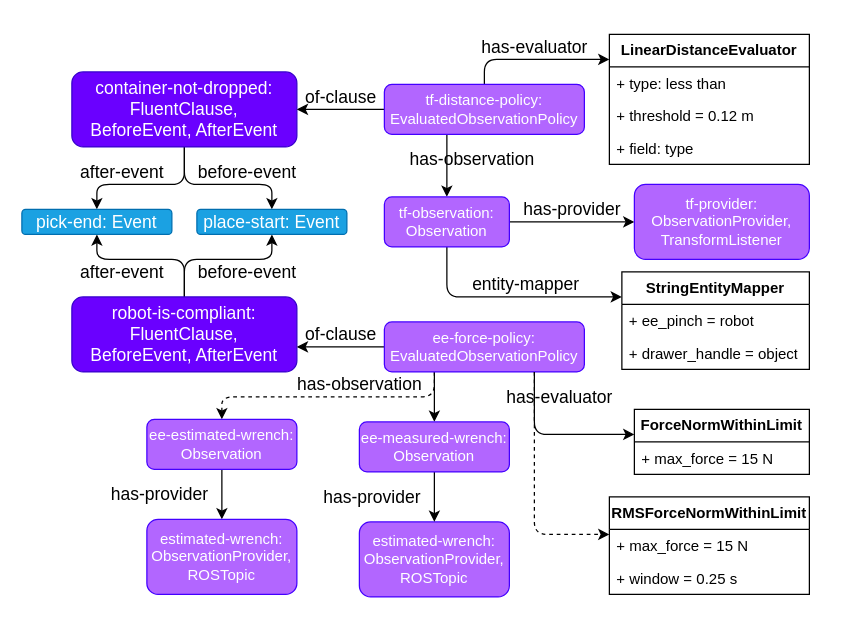
This is page "observations" (6 of 6) of bdd-example-pickplace.drawio from minhnh/drawio-diagrams, a draw.io file, before an edit. Source tidied: cells renumbered, new cells numbered last; positions are measured from the earlier drawing's top-left corner, leaving out a move shared by most shapes. Both pictures are drawn from the tidied source at 125%, with x=0, y=0 at pixel (21, 34).
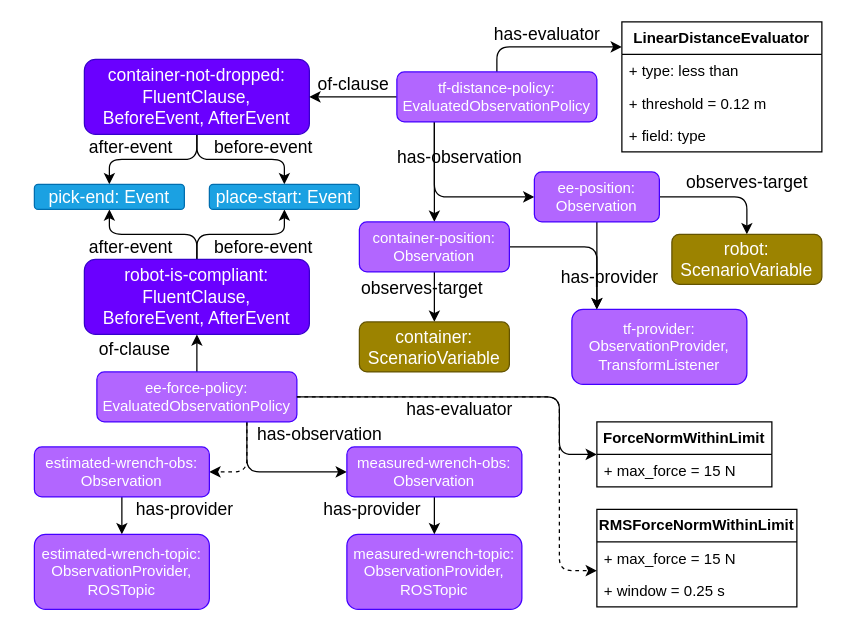
After the change.

Commit message:
fix wrong obs example

The edit, as a diff of the source:
```diff
@@
-    <mxCell id="2" value="estimated-wrench: ObservationProvider,&lt;br&gt;ROSTopic" style="rounded=1;whiteSpace=wrap;html=1;fillColor=#B266FF;strokeColor=light-dark(#4400FF,#D8AEE7);fontSize=12;fontColor=#ffffff;" parent="1" vertex="1">
-      <mxGeometry x="270" y="390" width="120" height="60" as="geometry" />
-    </mxCell>
+    <mxCell id="42" value="measured-wrench-topic: ObservationProvider,&lt;br&gt;ROSTopic" style="rounded=1;whiteSpace=wrap;html=1;fillColor=#B266FF;strokeColor=light-dark(#4400FF,#D8AEE7);fontSize=12;fontColor=#ffffff;" parent="1" vertex="1">
+      <mxGeometry x="260" y="400" width="140" height="60" as="geometry" />
+    </mxCell>
     <mxCell id="3" value="after-event" style="edgeStyle=orthogonalEdgeStyle;shape=connector;rounded=1;jettySize=auto;html=1;strokeColor=default;align=center;verticalAlign=middle;fontFamily=Helvetica;fontSize=14;fontColor=default;labelBackgroundColor=none;endArrow=classic;" parent="1" edge="1" source="5" target="9">
       <mxGeometry x="0.33" y="-10" relative="1" as="geometry">
         <Array as="points">
-          <mxPoint x="130" y="120" />
-          <mxPoint x="60" y="120" />
+          <mxPoint x="140" y="100" />
+          <mxPoint x="70" y="100" />
         </Array>
       </mxGeometry>
     </mxCell>
     <mxCell id="4" value="before-event" style="edgeStyle=orthogonalEdgeStyle;shape=connector;rounded=1;jettySize=auto;html=1;strokeColor=default;align=center;verticalAlign=middle;fontFamily=Helvetica;fontSize=14;fontColor=default;labelBackgroundColor=none;endArrow=classic;" parent="1" edge="1" source="5" target="10">
       <mxGeometry x="0.33" y="10" relative="1" as="geometry">
         <Array as="points">
-          <mxPoint x="130" y="120" />
-          <mxPoint x="200" y="120" />
+          <mxPoint x="140" y="100" />
+          <mxPoint x="210" y="100" />
         </Array>
       </mxGeometry>
     </mxCell>
     <mxCell id="5" value="container-not-dropped&lt;span style=&quot;background-color: transparent; color: light-dark(rgb(255, 255, 255), rgb(18, 18, 18));&quot;&gt;: FluentClause,&lt;/span&gt;&lt;div&gt;BeforeEvent, AfterEvent&lt;/div&gt;" style="rounded=1;whiteSpace=wrap;html=1;fillColor=#6a00ff;strokeColor=#3700CC;fontSize=14;labelBackgroundColor=none;fontColor=#ffffff;" parent="1" vertex="1">
-      <mxGeometry x="40" y="30" width="180" height="60" as="geometry" />
+      <mxGeometry x="50" y="20" width="180" height="60" as="geometry" />
     </mxCell>
     <mxCell id="6" value="after-event" style="edgeStyle=orthogonalEdgeStyle;shape=connector;rounded=1;jettySize=auto;html=1;strokeColor=default;align=center;verticalAlign=middle;fontFamily=Helvetica;fontSize=14;fontColor=default;labelBackgroundColor=none;endArrow=classic;" parent="1" edge="1" source="8" target="9">
       <mxGeometry x="0.33" y="10" relative="1" as="geometry">
         <Array as="points">
-          <mxPoint x="130" y="180" />
-          <mxPoint x="60" y="180" />
+          <mxPoint x="140" y="160" />
+          <mxPoint x="70" y="160" />
         </Array>
       </mxGeometry>
     </mxCell>
     <mxCell id="7" value="before-event" style="edgeStyle=orthogonalEdgeStyle;shape=connector;rounded=1;jettySize=auto;html=1;strokeColor=default;align=center;verticalAlign=middle;fontFamily=Helvetica;fontSize=14;fontColor=default;labelBackgroundColor=none;endArrow=classic;" parent="1" edge="1" source="8" target="10">
       <mxGeometry x="0.33" y="-10" relative="1" as="geometry">
         <Array as="points">
-          <mxPoint x="130" y="180" />
-          <mxPoint x="200" y="180" />
+          <mxPoint x="140" y="160" />
+          <mxPoint x="210" y="160" />
         </Array>
       </mxGeometry>
     </mxCell>
     <mxCell id="8" value="robot-is-compliant&lt;span style=&quot;background-color: transparent; color: light-dark(rgb(255, 255, 255), rgb(18, 18, 18));&quot;&gt;: FluentClause,&lt;/span&gt;&lt;div&gt;BeforeEvent, AfterEvent&lt;/div&gt;" style="rounded=1;whiteSpace=wrap;html=1;fillColor=#6a00ff;strokeColor=#3700CC;fontSize=14;labelBackgroundColor=none;fontColor=#ffffff;" parent="1" vertex="1">
-      <mxGeometry x="40" y="210" width="180" height="60" as="geometry" />
+      <mxGeometry x="50" y="180" width="180" height="60" as="geometry" />
     </mxCell>
     <mxCell id="9" value="pick-end: Event" style="rounded=1;whiteSpace=wrap;html=1;fillColor=#1ba1e2;strokeColor=#006EAF;fontSize=14;labelBackgroundColor=none;fontColor=#ffffff;" parent="1" vertex="1">
-      <mxGeometry y="140" width="120" height="20" as="geometry" />
+      <mxGeometry x="10" y="120" width="120" height="20" as="geometry" />
     </mxCell>
     <mxCell id="10" value="place-start: Event" style="rounded=1;whiteSpace=wrap;html=1;fillColor=#1ba1e2;strokeColor=#006EAF;fontSize=14;labelBackgroundColor=none;fontColor=#ffffff;" parent="1" vertex="1">
-      <mxGeometry x="140" y="140" width="120" height="20" as="geometry" />
+      <mxGeometry x="150" y="120" width="120" height="20" as="geometry" />
     </mxCell>
     <mxCell id="11" value="of-clause" style="edgeStyle=orthogonalEdgeStyle;shape=connector;rounded=1;jettySize=auto;html=1;strokeColor=default;align=center;verticalAlign=middle;fontFamily=Helvetica;fontSize=14;fontColor=default;labelBackgroundColor=none;endArrow=classic;" parent="1" edge="1" source="14" target="8">
-      <mxGeometry y="-10" relative="1" as="geometry">
+      <mxGeometry x="0.2" y="50" relative="1" as="geometry">
         <Array as="points">
-          <mxPoint x="250" y="250" />
-          <mxPoint x="250" y="250" />
+          <mxPoint x="140" y="260" />
+          <mxPoint x="140" y="260" />
         </Array>
       </mxGeometry>
     </mxCell>
-    <mxCell id="12" value="has-observation" style="edgeStyle=orthogonalEdgeStyle;shape=connector;rounded=1;jettySize=auto;html=1;strokeColor=default;align=center;verticalAlign=middle;fontFamily=Helvetica;fontSize=14;fontColor=default;labelBackgroundColor=none;endArrow=classic;" parent="1" edge="1" source="14" target="24">
-      <mxGeometry x="-0.5" y="-60" relative="1" as="geometry">
-        <Array as="points">
-          <mxPoint x="330" y="280" />
-          <mxPoint x="330" y="280" />
-        </Array>
-      </mxGeometry>
-    </mxCell>
-    <mxCell id="13" style="edgeStyle=orthogonalEdgeStyle;shape=connector;rounded=1;jettySize=auto;html=1;strokeColor=default;align=center;verticalAlign=middle;fontFamily=Helvetica;fontSize=14;fontColor=default;labelBackgroundColor=none;endArrow=classic;dashed=1;" parent="1" edge="1" source="14" target="26">
-      <mxGeometry relative="1" as="geometry">
-        <Array as="points">
-          <mxPoint x="330" y="290" />
-          <mxPoint x="160" y="290" />
-        </Array>
-      </mxGeometry>
-    </mxCell>
+    <mxCell id="43" value="has-observation" style="edgeStyle=orthogonalEdgeStyle;shape=connector;rounded=1;jettySize=auto;html=1;strokeColor=default;align=center;verticalAlign=middle;fontFamily=Helvetica;fontSize=14;fontColor=default;labelBackgroundColor=none;endArrow=classic;" parent="1" edge="1" source="14" target="50">
+      <mxGeometry x="0.64" y="30" relative="1" as="geometry">
+        <Array as="points">
+          <mxPoint x="180" y="350" />
+        </Array>
+      </mxGeometry>
+    </mxCell>
+    <mxCell id="44" style="edgeStyle=orthogonalEdgeStyle;shape=connector;rounded=1;jettySize=auto;html=1;strokeColor=default;align=center;verticalAlign=middle;fontFamily=Helvetica;fontSize=14;fontColor=default;labelBackgroundColor=none;endArrow=classic;dashed=1;" parent="1" edge="1" source="14" target="52">
+      <mxGeometry relative="1" as="geometry">
+        <Array as="points">
+          <mxPoint x="180" y="350" />
+        </Array>
+      </mxGeometry>
+    </mxCell>
     <mxCell id="14" value="ee-force-policy: EvaluatedObservationPolicy" style="rounded=1;whiteSpace=wrap;html=1;fillColor=#B266FF;strokeColor=light-dark(#4400FF,#D8AEE7);fontSize=12;fontColor=#ffffff;" parent="1" vertex="1">
-      <mxGeometry x="290" y="230" width="160" height="40" as="geometry" />
+      <mxGeometry x="60" y="270" width="160" height="40" as="geometry" />
     </mxCell>
@@
-    <mxCell id="16" value="has-provider" style="edgeStyle=orthogonalEdgeStyle;shape=connector;rounded=1;jettySize=auto;html=1;strokeColor=default;align=center;verticalAlign=middle;fontFamily=Helvetica;fontSize=14;fontColor=default;labelBackgroundColor=none;endArrow=classic;" parent="1" edge="1" source="41" target="37">
-      <mxGeometry y="10" relative="1" as="geometry" />
-    </mxCell>
+    <mxCell id="45" value="has-provider" style="edgeStyle=orthogonalEdgeStyle;shape=connector;rounded=1;jettySize=auto;html=1;strokeColor=default;align=center;verticalAlign=middle;fontFamily=Helvetica;fontSize=14;fontColor=default;labelBackgroundColor=none;endArrow=classic;" parent="1" edge="1" source="54" target="37">
+      <mxGeometry x="0.25" y="10" relative="1" as="geometry">
+        <Array as="points">
+          <mxPoint x="460" y="180" />
+          <mxPoint x="460" y="180" />
+        </Array>
+      </mxGeometry>
+    </mxCell>
     <mxCell id="17" value="has-evaluator" style="edgeStyle=orthogonalEdgeStyle;shape=connector;rounded=1;jettySize=auto;html=1;strokeColor=default;align=center;verticalAlign=middle;fontFamily=Helvetica;fontSize=14;fontColor=default;labelBackgroundColor=none;endArrow=classic;" parent="1" edge="1" source="20" target="33">
       <mxGeometry y="10" relative="1" as="geometry">
         <Array as="points">
-          <mxPoint x="370" y="20" />
+          <mxPoint x="380" y="10" />
         </Array>
       </mxGeometry>
     </mxCell>
-    <mxCell id="18" value="entity-mapper" style="edgeStyle=orthogonalEdgeStyle;shape=connector;rounded=1;jettySize=auto;html=1;strokeColor=default;align=center;verticalAlign=middle;fontFamily=Helvetica;fontSize=14;fontColor=default;labelBackgroundColor=none;endArrow=classic;" parent="1" edge="1" source="41" target="38">
-      <mxGeometry x="0.14" y="10" relative="1" as="geometry">
-        <Array as="points">
-          <mxPoint x="340" y="210" />
-        </Array>
-      </mxGeometry>
-    </mxCell>
-    <mxCell id="19" value="has-observation" style="edgeStyle=orthogonalEdgeStyle;shape=connector;rounded=1;jettySize=auto;html=1;strokeColor=default;align=center;verticalAlign=middle;fontFamily=Helvetica;fontSize=14;fontColor=default;labelBackgroundColor=none;endArrow=classic;" parent="1" edge="1" source="20" target="41">
-      <mxGeometry x="-0.2" y="20" relative="1" as="geometry">
-        <Array as="points">
-          <mxPoint x="340" y="100" />
-          <mxPoint x="340" y="100" />
-        </Array>
-      </mxGeometry>
-    </mxCell>
+    <mxCell id="46" value="observes-target" style="edgeStyle=orthogonalEdgeStyle;shape=connector;rounded=1;jettySize=auto;html=1;strokeColor=default;align=center;verticalAlign=middle;fontFamily=Helvetica;fontSize=14;fontColor=default;labelBackgroundColor=none;endArrow=classic;" parent="1" edge="1" source="54" target="55">
+      <mxGeometry x="0.56" y="-20" relative="1" as="geometry">
+        <Array as="points">
+          <mxPoint x="580" y="130" />
+        </Array>
+        <mxPoint x="20" y="-20" as="offset" />
+      </mxGeometry>
+    </mxCell>
+    <mxCell id="47" value="has-observation" style="edgeStyle=orthogonalEdgeStyle;shape=connector;rounded=1;jettySize=auto;html=1;strokeColor=default;align=center;verticalAlign=middle;fontFamily=Helvetica;fontSize=14;fontColor=default;labelBackgroundColor=none;endArrow=classic;" parent="1" edge="1" source="20" target="54">
+      <mxGeometry x="-0.6" y="20" relative="1" as="geometry">
+        <Array as="points">
+          <mxPoint x="330" y="130" />
+        </Array>
+      </mxGeometry>
+    </mxCell>
+    <mxCell id="48" style="edgeStyle=orthogonalEdgeStyle;shape=connector;rounded=1;jettySize=auto;html=1;strokeColor=default;align=center;verticalAlign=middle;fontFamily=Helvetica;fontSize=14;fontColor=default;labelBackgroundColor=none;endArrow=classic;" parent="1" edge="1" source="20" target="58">
+      <mxGeometry relative="1" as="geometry">
+        <Array as="points">
+          <mxPoint x="330" y="110" />
+          <mxPoint x="330" y="110" />
+        </Array>
+      </mxGeometry>
+    </mxCell>
     <mxCell id="20" value="tf-distance-policy: EvaluatedObservationPolicy" style="rounded=1;whiteSpace=wrap;html=1;fillColor=#B266FF;strokeColor=light-dark(#4400FF,#D8AEE7);fontSize=12;fontColor=#ffffff;" parent="1" vertex="1">
-      <mxGeometry x="290" y="40" width="160" height="40" as="geometry" />
+      <mxGeometry x="300" y="30" width="160" height="40" as="geometry" />
     </mxCell>
-    <mxCell id="21" value="has-provider" style="edgeStyle=orthogonalEdgeStyle;shape=connector;rounded=1;jettySize=auto;html=1;strokeColor=default;align=center;verticalAlign=middle;fontFamily=Helvetica;fontSize=14;fontColor=default;labelBackgroundColor=none;endArrow=classic;" parent="1" edge="1" source="24" target="2">
-      <mxGeometry y="-50" relative="1" as="geometry" />
-    </mxCell>
+    <mxCell id="49" value="has-provider" style="edgeStyle=orthogonalEdgeStyle;shape=connector;rounded=1;jettySize=auto;html=1;strokeColor=default;align=center;verticalAlign=middle;fontFamily=Helvetica;fontSize=14;fontColor=default;labelBackgroundColor=none;endArrow=classic;" parent="1" edge="1" source="50" target="42">
+      <mxGeometry x="0.2" y="-50" relative="1" as="geometry" />
+    </mxCell>
     <mxCell id="22" value="has-evaluator" style="edgeStyle=orthogonalEdgeStyle;shape=connector;rounded=1;jettySize=auto;html=1;strokeColor=default;align=center;verticalAlign=middle;fontFamily=Helvetica;fontSize=14;fontColor=default;labelBackgroundColor=none;endArrow=classic;" parent="1" edge="1" source="14" target="28">
-      <mxGeometry x="-0.69" y="20" relative="1" as="geometry">
+      <mxGeometry x="-0.09" y="-10" relative="1" as="geometry">
         <Array as="points">
-          <mxPoint x="410" y="320" />
+          <mxPoint x="430" y="290" />
+          <mxPoint x="430" y="336" />
         </Array>
       </mxGeometry>
     </mxCell>
     <mxCell id="23" style="edgeStyle=orthogonalEdgeStyle;shape=connector;rounded=1;jettySize=auto;html=1;strokeColor=default;align=center;verticalAlign=middle;fontFamily=Helvetica;fontSize=14;fontColor=default;labelBackgroundColor=none;endArrow=classic;dashed=1;" parent="1" edge="1" source="14" target="30">
       <mxGeometry relative="1" as="geometry">
         <Array as="points">
-          <mxPoint x="410" y="400" />
+          <mxPoint x="430" y="290" />
+          <mxPoint x="430" y="429" />
         </Array>
       </mxGeometry>
     </mxCell>
-    <mxCell id="24" value="ee-measured-wrench: Observation" style="rounded=1;whiteSpace=wrap;html=1;fillColor=#B266FF;strokeColor=light-dark(#4400FF,#D8AEE7);fontSize=12;fontColor=#ffffff;" parent="1" vertex="1">
-      <mxGeometry x="270" y="310" width="120" height="40" as="geometry" />
-    </mxCell>
-    <mxCell id="25" value="has-provider" style="edgeStyle=orthogonalEdgeStyle;shape=connector;rounded=1;jettySize=auto;html=1;strokeColor=default;align=center;verticalAlign=middle;fontFamily=Helvetica;fontSize=14;fontColor=default;labelBackgroundColor=none;endArrow=classic;" parent="1" edge="1" source="26" target="27">
-      <mxGeometry y="-50" relative="1" as="geometry" />
-    </mxCell>
-    <mxCell id="26" value="ee-estimated-wrench: Observation" style="rounded=1;whiteSpace=wrap;html=1;fillColor=#B266FF;strokeColor=light-dark(#4400FF,#D8AEE7);fontSize=12;fontColor=#ffffff;" parent="1" vertex="1">
-      <mxGeometry x="100" y="308" width="120" height="40" as="geometry" />
-    </mxCell>
-    <mxCell id="27" value="estimated-wrench: ObservationProvider,&lt;br&gt;ROSTopic" style="rounded=1;whiteSpace=wrap;html=1;fillColor=#B266FF;strokeColor=light-dark(#4400FF,#D8AEE7);fontSize=12;fontColor=#ffffff;" parent="1" vertex="1">
-      <mxGeometry x="100" y="388" width="120" height="60" as="geometry" />
-    </mxCell>
+    <mxCell id="50" value="measured-wrench-obs: Observation" style="rounded=1;whiteSpace=wrap;html=1;fillColor=#B266FF;strokeColor=light-dark(#4400FF,#D8AEE7);fontSize=12;fontColor=#ffffff;" parent="1" vertex="1">
+      <mxGeometry x="260" y="330" width="140" height="40" as="geometry" />
+    </mxCell>
+    <mxCell id="51" value="has-provider" style="edgeStyle=orthogonalEdgeStyle;shape=connector;rounded=1;jettySize=auto;html=1;strokeColor=default;align=center;verticalAlign=middle;fontFamily=Helvetica;fontSize=14;fontColor=default;labelBackgroundColor=none;endArrow=classic;" parent="1" edge="1" source="52" target="53">
+      <mxGeometry x="0.2" y="50" relative="1" as="geometry" />
+    </mxCell>
+    <mxCell id="52" value="estimated-wrench-obs: Observation" style="rounded=1;whiteSpace=wrap;html=1;fillColor=#B266FF;strokeColor=light-dark(#4400FF,#D8AEE7);fontSize=12;fontColor=#ffffff;" parent="1" vertex="1">
+      <mxGeometry x="10" y="330" width="140" height="40" as="geometry" />
+    </mxCell>
+    <mxCell id="53" value="estimated-wrench-topic: ObservationProvider,&lt;br&gt;ROSTopic" style="rounded=1;whiteSpace=wrap;html=1;fillColor=#B266FF;strokeColor=light-dark(#4400FF,#D8AEE7);fontSize=12;fontColor=#ffffff;" parent="1" vertex="1">
+      <mxGeometry x="10" y="400" width="140" height="60" as="geometry" />
+    </mxCell>
     <mxCell id="28" value="&lt;b&gt;ForceNormWithinLimit&lt;/b&gt;" style="swimlane;fontStyle=0;horizontal=1;startSize=26;fillColor=none;whiteSpace=wrap;html=1;fontFamily=Helvetica;fontSize=12;fontColor=default;labelBackgroundColor=none;" parent="1" vertex="1">
-      <mxGeometry x="490" y="300" width="140" height="52" as="geometry" />
+      <mxGeometry x="460" y="310" width="140" height="52" as="geometry" />
     </mxCell>
@@
     <mxCell id="30" value="&lt;b&gt;RMSForceNormWithinLimit&lt;/b&gt;" style="swimlane;fontStyle=0;horizontal=1;startSize=26;fillColor=none;whiteSpace=wrap;html=1;fontFamily=Helvetica;fontSize=12;fontColor=default;labelBackgroundColor=none;" parent="1" vertex="1">
-      <mxGeometry x="470" y="370" width="160" height="78" as="geometry" />
+      <mxGeometry x="460" y="380" width="160" height="78" as="geometry" />
     </mxCell>
@@
     <mxCell id="33" value="&lt;b&gt;LinearDistanceEvaluator&lt;/b&gt;" style="swimlane;fontStyle=0;horizontal=1;startSize=26;fillColor=none;whiteSpace=wrap;html=1;fontFamily=Helvetica;fontSize=12;fontColor=default;labelBackgroundColor=none;" parent="1" vertex="1">
-      <mxGeometry x="470" width="160" height="104" as="geometry" />
+      <mxGeometry x="480" y="-10" width="160" height="104" as="geometry" />
     </mxCell>
@@
     <mxCell id="37" value="tf-provider: ObservationProvider,&lt;br&gt;TransformListener" style="rounded=1;whiteSpace=wrap;html=1;fillColor=#B266FF;strokeColor=light-dark(#4400FF,#D8AEE7);fontSize=12;fontColor=#ffffff;" parent="1" vertex="1">
-      <mxGeometry x="490" y="120" width="140" height="60" as="geometry" />
+      <mxGeometry x="440" y="220" width="140" height="60" as="geometry" />
     </mxCell>
-    <mxCell id="38" value="&lt;b&gt;StringEntityMapper&lt;/b&gt;" style="swimlane;fontStyle=0;horizontal=1;startSize=26;fillColor=none;whiteSpace=wrap;html=1;fontFamily=Helvetica;fontSize=12;fontColor=default;labelBackgroundColor=none;" parent="1" vertex="1">
-      <mxGeometry x="480" y="190" width="150" height="78" as="geometry" />
-    </mxCell>
-    <mxCell id="39" value="+ ee_pinch = robot" style="text;strokeColor=none;fillColor=none;align=left;verticalAlign=top;spacingLeft=4;spacingRight=4;overflow=hidden;whiteSpace=wrap;html=1;fontFamily=Helvetica;fontSize=12;fontColor=default;labelBackgroundColor=none;" parent="38" vertex="1">
-      <mxGeometry y="26" width="150" height="26" as="geometry" />
-    </mxCell>
-    <mxCell id="40" value="+ drawer_handle = object" style="text;strokeColor=none;fillColor=none;align=left;verticalAlign=top;spacingLeft=4;spacingRight=4;overflow=hidden;whiteSpace=wrap;html=1;fontFamily=Helvetica;fontSize=12;fontColor=default;labelBackgroundColor=none;" parent="38" vertex="1">
-      <mxGeometry y="52" width="150" height="26" as="geometry" />
-    </mxCell>
-    <mxCell id="41" value="tf-observation: Observation" style="rounded=1;whiteSpace=wrap;html=1;fillColor=#B266FF;strokeColor=light-dark(#4400FF,#D8AEE7);fontSize=12;fontColor=#ffffff;" parent="1" vertex="1">
-      <mxGeometry x="290" y="130" width="100" height="40" as="geometry" />
-    </mxCell>
+    <mxCell id="54" value="ee-position: Observation" style="rounded=1;whiteSpace=wrap;html=1;fillColor=#B266FF;strokeColor=light-dark(#4400FF,#D8AEE7);fontSize=12;fontColor=#ffffff;" parent="1" vertex="1">
+      <mxGeometry x="410" y="110" width="100" height="40" as="geometry" />
+    </mxCell>
+    <mxCell id="55" value="robot: ScenarioVariable" style="rounded=1;whiteSpace=wrap;html=1;fillColor=#9C8300;strokeColor=#635300;fontSize=14;labelBackgroundColor=none;fontColor=#ffffff;" parent="1" vertex="1">
+      <mxGeometry x="520" y="160" width="120" height="40" as="geometry" />
+    </mxCell>
+    <mxCell id="56" value="observes-target" style="edgeStyle=orthogonalEdgeStyle;shape=connector;rounded=1;jettySize=auto;html=1;strokeColor=default;align=center;verticalAlign=middle;fontFamily=Helvetica;fontSize=14;fontColor=default;labelBackgroundColor=none;endArrow=classic;" parent="1" edge="1" source="58" target="59">
+      <mxGeometry x="-0.33" y="-10" relative="1" as="geometry">
+        <Array as="points">
+          <mxPoint x="330" y="210" />
+          <mxPoint x="330" y="210" />
+        </Array>
+      </mxGeometry>
+    </mxCell>
+    <mxCell id="57" style="edgeStyle=orthogonalEdgeStyle;shape=connector;rounded=1;jettySize=auto;html=1;strokeColor=default;align=center;verticalAlign=middle;fontFamily=Helvetica;fontSize=14;fontColor=default;labelBackgroundColor=none;endArrow=classic;" parent="1" edge="1" source="58" target="37">
+      <mxGeometry relative="1" as="geometry">
+        <Array as="points">
+          <mxPoint x="460" y="170" />
+        </Array>
+      </mxGeometry>
+    </mxCell>
+    <mxCell id="58" value="container-position: Observation" style="rounded=1;whiteSpace=wrap;html=1;fillColor=#B266FF;strokeColor=light-dark(#4400FF,#D8AEE7);fontSize=12;fontColor=#ffffff;" parent="1" vertex="1">
+      <mxGeometry x="270" y="150" width="120" height="40" as="geometry" />
+    </mxCell>
+    <mxCell id="59" value="container: ScenarioVariable" style="rounded=1;whiteSpace=wrap;html=1;fillColor=#9C8300;strokeColor=#635300;fontSize=14;labelBackgroundColor=none;fontColor=#ffffff;" parent="1" vertex="1">
+      <mxGeometry x="270" y="230" width="120" height="40" as="geometry" />
+    </mxCell>
```
